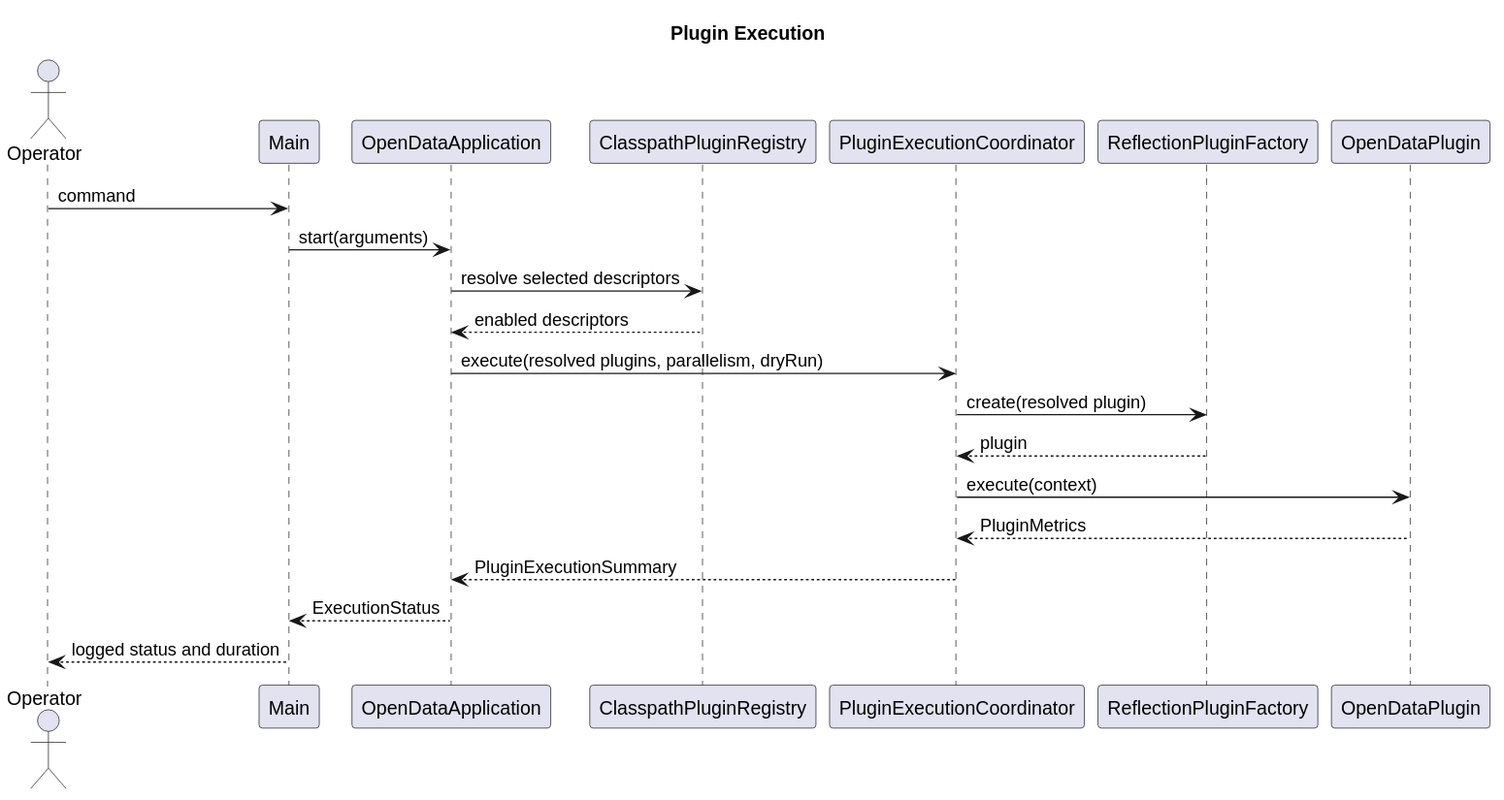
Before: docs/diagrams/generated/plugin-execution-sequence.svg, a diagram exported from PlantUML (TerryCurranZellis/OpenData). Its source is kept beside it as docs/diagrams/source/plugin-execution-sequence.puml. Its diagram source:
```plantuml
@startuml
title Plugin Execution
actor Operator
participant Main
participant OpenDataApplication as Application
participant ClasspathPluginRegistry as Registry
participant PluginExecutionCoordinator as Coordinator
participant ReflectionPluginFactory as Factory
participant OpenDataPlugin as Plugin

Operator -> Main : command
Main -> Application : start(arguments)
Application -> Registry : resolve selected descriptors
Registry --> Application : enabled descriptors
Application -> Coordinator : execute(resolved plugins, parallelism, dryRun)
Coordinator -> Factory : create(resolved plugin)
Factory --> Coordinator : plugin
Coordinator -> Plugin : execute(context)
Plugin --> Coordinator : PluginMetrics
Coordinator --> Application : PluginExecutionSummary
Application --> Main : ExecutionStatus
Main --> Operator : logged status and duration
@enduml
```
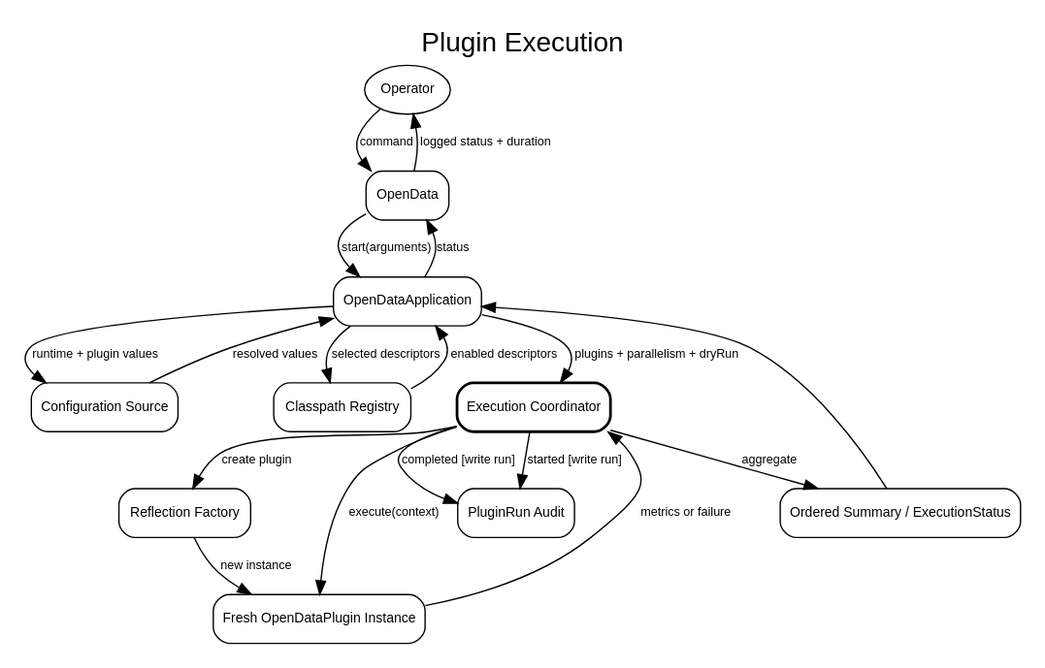
The same diagram one commit later.

The edit, as a diff of the source:
```diff
@@ -1,23 +1,31 @@
 @startuml
 title Plugin Execution
 actor Operator
-participant Main
+participant OpenData
 participant OpenDataApplication as Application
+participant ConfigurationPropertiesSource as Configuration
 participant ClasspathPluginRegistry as Registry
 participant PluginExecutionCoordinator as Coordinator
+participant PluginRunAudit as Audit
 participant ReflectionPluginFactory as Factory
 participant OpenDataPlugin as Plugin
 
-Operator -> Main : command
-Main -> Application : start(arguments)
+Operator -> OpenData : command
+OpenData -> Application : start(arguments)
+Application -> Configuration : runtime and plugin values
+Configuration --> Application : resolved values
 Application -> Registry : resolve selected descriptors
 Registry --> Application : enabled descriptors
-Application -> Coordinator : execute(resolved plugins, parallelism, dryRun)
-Coordinator -> Factory : create(resolved plugin)
-Factory --> Coordinator : plugin
-Coordinator -> Plugin : execute(context)
-Plugin --> Coordinator : PluginMetrics
-Coordinator --> Application : PluginExecutionSummary
-Application --> Main : ExecutionStatus
-Main --> Operator : logged status and duration
+Application -> Coordinator : execute(plugins, parallelism, dryRun)
+par one independent task per plugin
+  Coordinator -> Audit : started(runId) [write run]
+  Coordinator -> Factory : create(resolved plugin)
+  Factory --> Coordinator : fresh plugin instance
+  Coordinator -> Plugin : execute(context)
+  Plugin --> Coordinator : PluginMetrics / failure
+  Coordinator -> Audit : completed(result) [write run]
+end
+Coordinator --> Application : ordered PluginExecutionSummary
+Application --> OpenData : ExecutionStatus
+OpenData --> Operator : logged status and duration
 @enduml
```
